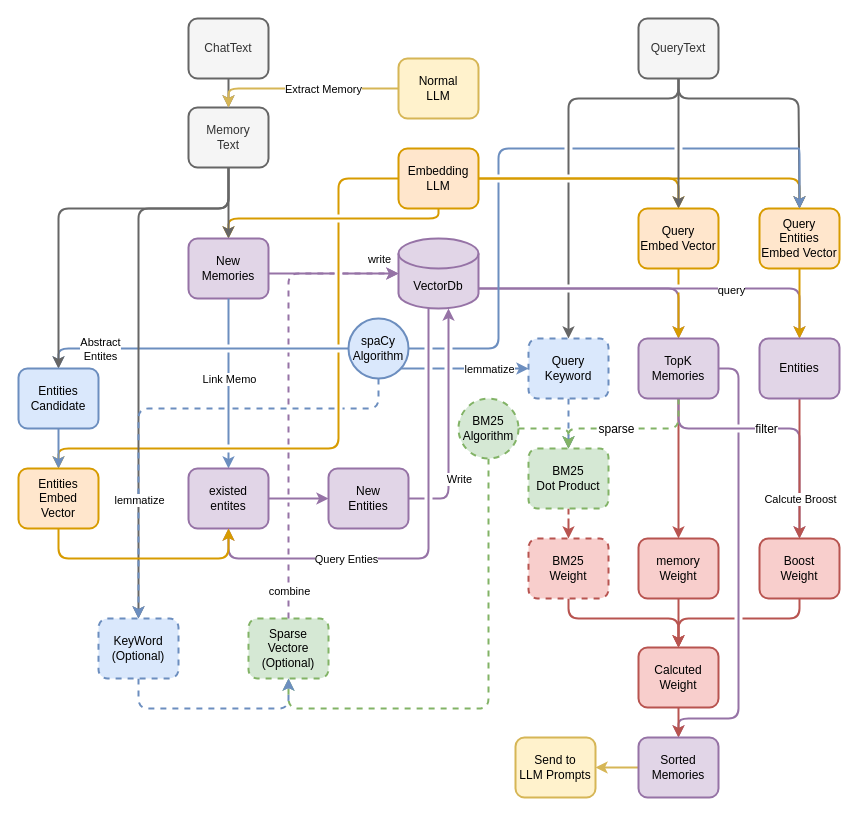
Earlier version of the draw.io diagram mem0思维链.drawio (Chrischenny/drawio). Source tidied: cells renumbered, new cells numbered last; positions are measured from the earlier drawing's top-left corner, leaving out a move shared by most shapes. Both pictures are drawn from the tidied source at 100%, with x=0, y=0 at pixel (18, 18).
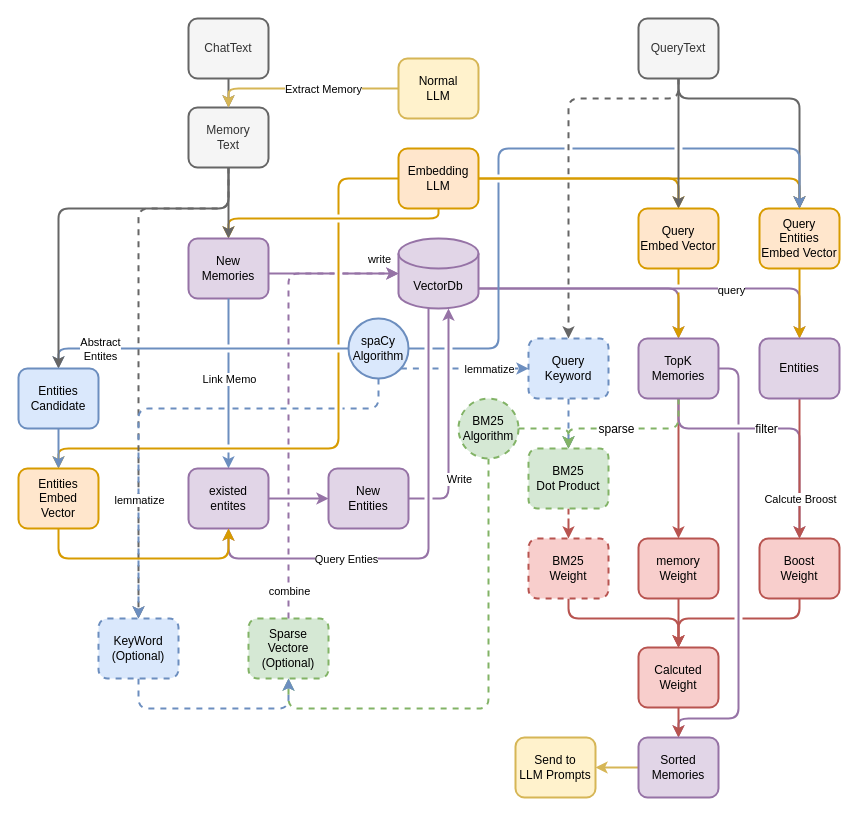
The same diagram, later.

Commit message:
更新mem0思维链.drawio

The change refers to these unchanged cells:
```xml
<mxCell id="20" value="Memory&lt;div&gt;Text&lt;/div&gt;" style="rounded=1;whiteSpace=wrap;html=1;fillColor=#f5f5f5;fontColor=#333333;strokeColor=#666666;strokeWidth=2;" parent="1" vertex="1">
  <mxGeometry x="170" y="89" width="80" height="60" as="geometry" />
</mxCell>
<mxCell id="43" value="spaCy&lt;br&gt;Algorithm" style="ellipse;whiteSpace=wrap;html=1;fillColor=#dae8fc;strokeColor=#6c8ebf;strokeWidth=2;" parent="1" vertex="1">
  <mxGeometry x="330" y="300" width="60" height="60" as="geometry" />
</mxCell>
<mxCell id="47" value="QueryText" style="rounded=1;whiteSpace=wrap;html=1;fillColor=#f5f5f5;fontColor=#333333;strokeColor=#666666;strokeWidth=2;" parent="1" vertex="1">
  <mxGeometry x="620" width="80" height="60" as="geometry" />
</mxCell>
<mxCell id="49" value="Query&lt;div&gt;Keyword&lt;/div&gt;" style="rounded=1;whiteSpace=wrap;html=1;fillColor=#dae8fc;strokeColor=#6c8ebf;strokeWidth=2;dashed=1;" parent="1" vertex="1">
  <mxGeometry x="510" y="320" width="80" height="60" as="geometry" />
</mxCell>
<mxCell id="60" value="Query&lt;div&gt;Entities&lt;/div&gt;&lt;div&gt;Embed Vector&lt;/div&gt;" style="rounded=1;whiteSpace=wrap;html=1;fillColor=#ffe6cc;strokeColor=#d79b00;strokeWidth=2;" parent="1" vertex="1">
  <mxGeometry x="741" y="190" width="80" height="60" as="geometry" />
</mxCell>
<mxCell id="75" value="KeyWord&lt;div&gt;(Optional)&lt;/div&gt;" style="rounded=1;whiteSpace=wrap;html=1;fillColor=#dae8fc;strokeColor=#6c8ebf;strokeWidth=2;dashed=1;" parent="1" vertex="1">
  <mxGeometry x="80" y="600" width="80" height="60" as="geometry" />
</mxCell>
```

Diff of the diagram source:
```diff
@@
-    <mxCell id="19" style="edgeStyle=orthogonalEdgeStyle;rounded=1;jettySize=auto;html=1;entryX=0.5;entryY=0;entryDx=0;entryDy=0;curved=0;strokeWidth=2;fillColor=#f5f5f5;strokeColor=#666666;" parent="1" edge="1" source="20" target="75">
+    <mxCell id="19" style="edgeStyle=orthogonalEdgeStyle;rounded=1;jettySize=auto;html=1;entryX=0.5;entryY=0;entryDx=0;entryDy=0;curved=0;strokeWidth=2;fillColor=#f5f5f5;strokeColor=#666666;dashed=1;" parent="1" edge="1" source="20" target="75">
       <mxGeometry relative="1" as="geometry">
         <Array as="points">
           <mxPoint x="210" y="190" />
           <mxPoint x="120" y="190" />
         </Array>
       </mxGeometry>
     </mxCell>
@@
-    <mxCell id="39" style="edgeStyle=orthogonalEdgeStyle;rounded=1;jettySize=auto;html=1;entryX=0;entryY=0.5;entryDx=0;entryDy=0;curved=0;fillColor=#dae8fc;strokeColor=#6c8ebf;strokeWidth=2;jumpStyle=gap;" parent="1" edge="1" source="43" target="49">
+    <mxCell id="39" style="edgeStyle=orthogonalEdgeStyle;rounded=1;jettySize=auto;html=1;entryX=0;entryY=0.5;entryDx=0;entryDy=0;curved=0;fillColor=#dae8fc;strokeColor=#6c8ebf;strokeWidth=2;jumpStyle=gap;dashed=1;" parent="1" edge="1" source="43" target="49">
       <mxGeometry relative="1" as="geometry">
         <Array as="points">
           <mxPoint x="420" y="350" />
           <mxPoint x="420" y="350" />
         </Array>
       </mxGeometry>
     </mxCell>
@@
-    <mxCell id="44" style="edgeStyle=orthogonalEdgeStyle;rounded=1;jettySize=auto;html=1;entryX=0.5;entryY=0;entryDx=0;entryDy=0;curved=0;jumpStyle=gap;fillColor=#f5f5f5;strokeColor=#666666;strokeWidth=2;exitX=0.5;exitY=1;exitDx=0;exitDy=0;" parent="1" edge="1" source="47" target="49">
+    <mxCell id="44" style="edgeStyle=orthogonalEdgeStyle;rounded=1;jettySize=auto;html=1;entryX=0.5;entryY=0;entryDx=0;entryDy=0;curved=0;jumpStyle=gap;fillColor=#f5f5f5;strokeColor=#666666;strokeWidth=2;exitX=0.5;exitY=1;exitDx=0;exitDy=0;dashed=1;" parent="1" edge="1" source="47" target="49">
       <mxGeometry relative="1" as="geometry">
         <Array as="points">
           <mxPoint x="660" y="80" />
           <mxPoint x="550" y="80" />
         </Array>
       </mxGeometry>
     </mxCell>
     <mxCell id="45" style="edgeStyle=orthogonalEdgeStyle;rounded=1;jettySize=auto;html=1;entryX=0.5;entryY=0;entryDx=0;entryDy=0;curved=0;jumpStyle=gap;fillColor=#f5f5f5;strokeColor=#666666;strokeWidth=2;exitX=0.5;exitY=1;exitDx=0;exitDy=0;" parent="1" edge="1" source="47" target="60">
       <mxGeometry relative="1" as="geometry">
         <Array as="points">
           <mxPoint x="660" y="80" />
-          <mxPoint x="780" y="80" />
-          <mxPoint x="780" y="110" />
-          <mxPoint x="781" y="110" />
+          <mxPoint x="781" y="80" />
         </Array>
       </mxGeometry>
     </mxCell>
```
